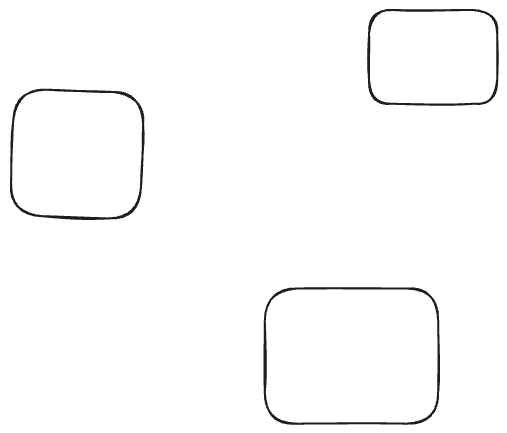
Before: src/.excalidraw.png, a diagram exported from Excalidraw (DrynkinSergey/bootcamp-74-react). Source tidied: one line per element, renumbered; positions are measured from the earlier drawing's top-left corner, leaving out a move shared by most shapes. Source of this version:
```json
{"id": 0, "type": "rectangle", "strokeColor": "#1e1e1e", "angle": 0.03, "strokeWidth": 2, "roughness": 1, "round": true, "x": 0, "y": 81, "width": 130, "height": 127}
{"id": 1, "type": "rectangle", "strokeColor": "#1e1e1e", "strokeWidth": 2, "roughness": 1, "round": true, "x": 357, "y": 0, "width": 128, "height": 94}
{"id": 2, "type": "rectangle", "strokeColor": "#1e1e1e", "strokeWidth": 2, "roughness": 1, "round": true, "x": 253, "y": 279, "width": 173, "height": 135}
```
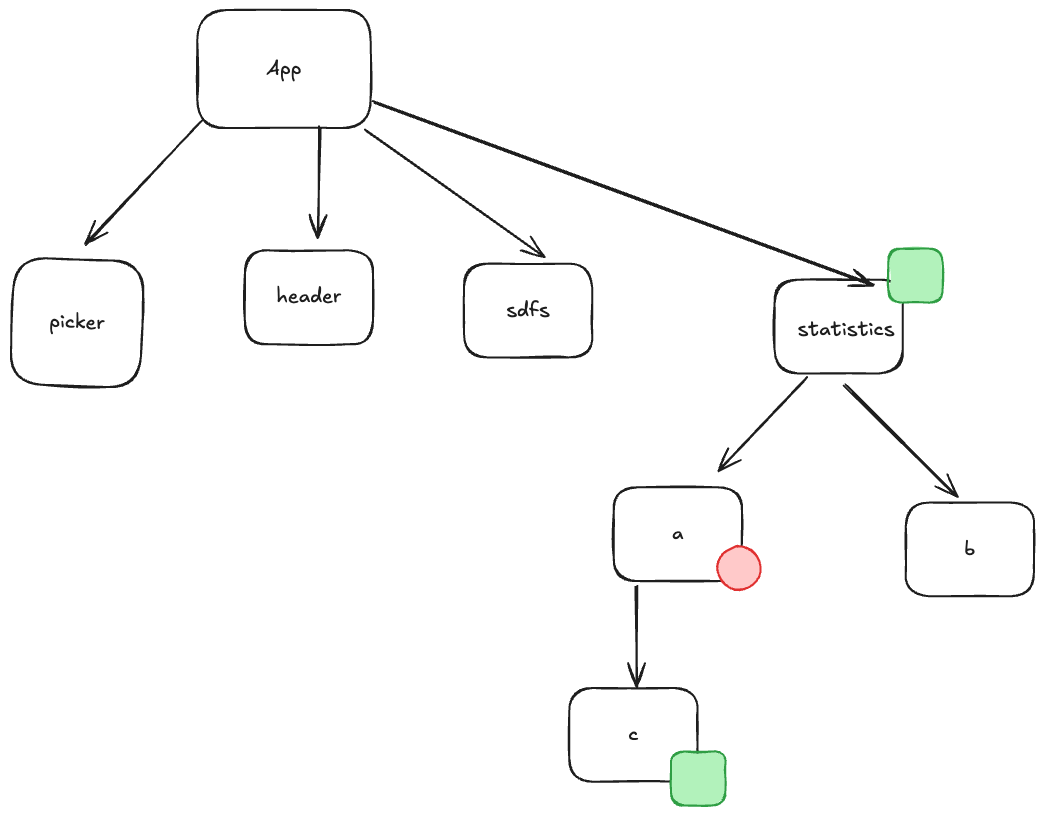
The same file after the commit.

Change to the diagram source:
```diff
@@ -1,3 +1,26 @@
-{"id": 0, "type": "rectangle", "strokeColor": "#1e1e1e", "angle": 0.03, "strokeWidth": 2, "roughness": 1, "round": true, "x": 0, "y": 81, "width": 130, "height": 127}
+{"id": 0, "type": "rectangle", "strokeColor": "#1e1e1e", "angle": 0.03, "strokeWidth": 2, "roughness": 1, "round": true, "x": -70, "y": 80, "width": 130, "height": 127}
+{"id": 3, "type": "text", "text": "picker", "strokeColor": "#1e1e1e", "angle": 0.03, "strokeWidth": 2, "roughness": 1, "fontSize": 20, "fontFamily": 5, "textAlign": "center", "verticalAlign": "middle", "inside": 0, "x": -32, "y": 131, "width": 55, "height": 25}
-{"id": 1, "type": "rectangle", "strokeColor": "#1e1e1e", "strokeWidth": 2, "roughness": 1, "round": true, "x": 357, "y": 0, "width": 128, "height": 94}
+{"id": 1, "type": "rectangle", "strokeColor": "#1e1e1e", "strokeWidth": 2, "roughness": 1, "round": true, "x": 163, "y": 71, "width": 128, "height": 94}
+{"id": 4, "type": "text", "text": "header", "strokeColor": "#1e1e1e", "strokeWidth": 2, "roughness": 1, "fontSize": 20, "fontFamily": 5, "textAlign": "center", "verticalAlign": "middle", "inside": 1, "x": 195, "y": 105, "width": 65, "height": 25}
-{"id": 2, "type": "rectangle", "strokeColor": "#1e1e1e", "strokeWidth": 2, "roughness": 1, "round": true, "x": 253, "y": 279, "width": 173, "height": 135}
+{"id": 2, "type": "rectangle", "strokeColor": "#1e1e1e", "strokeWidth": 2, "roughness": 1, "round": true, "x": 115, "y": -169, "width": 173, "height": 118}
+{"id": 5, "type": "text", "text": "App", "strokeColor": "#1e1e1e", "strokeWidth": 2, "roughness": 1, "fontSize": 20, "fontFamily": 5, "textAlign": "center", "verticalAlign": "middle", "inside": 2, "x": 185, "y": -123, "width": 35, "height": 25}
+{"id": 6, "type": "rectangle", "strokeColor": "#1e1e1e", "strokeWidth": 2, "roughness": 1, "round": true, "x": 382, "y": 84, "width": 128, "height": 94}
+{"id": 7, "type": "text", "text": "sdfs", "strokeColor": "#1e1e1e", "strokeWidth": 2, "roughness": 1, "fontSize": 20, "fontFamily": 5, "textAlign": "center", "verticalAlign": "middle", "inside": 6, "x": 424, "y": 119, "width": 44, "height": 25}
+{"id": 8, "type": "rectangle", "strokeColor": "#1e1e1e", "strokeWidth": 2, "roughness": 1, "round": true, "x": 693, "y": 100, "width": 128, "height": 94}
+{"id": 9, "type": "rectangle", "strokeColor": "#1e1e1e", "strokeWidth": 2, "roughness": 1, "round": true, "x": 532, "y": 308, "width": 128, "height": 94}
+{"id": 10, "type": "text", "text": "a", "strokeColor": "#1e1e1e", "strokeWidth": 2, "roughness": 1, "fontSize": 20, "fontFamily": 5, "textAlign": "center", "verticalAlign": "middle", "inside": 9, "x": 590, "y": 342, "width": 12, "height": 25}
+{"id": 11, "type": "rectangle", "strokeColor": "#1e1e1e", "strokeWidth": 2, "roughness": 1, "round": true, "x": 824, "y": 323, "width": 128, "height": 94}
+{"id": 12, "type": "text", "text": "b", "strokeColor": "#1e1e1e", "strokeWidth": 2, "roughness": 1, "fontSize": 20, "fontFamily": 5, "textAlign": "center", "verticalAlign": "middle", "inside": 11, "x": 882, "y": 358, "width": 11, "height": 25}
+{"id": 13, "type": "rectangle", "strokeColor": "#1e1e1e", "strokeWidth": 2, "roughness": 1, "round": true, "x": 487, "y": 509, "width": 128, "height": 94}
+{"id": 14, "type": "text", "text": "c", "strokeColor": "#1e1e1e", "strokeWidth": 2, "roughness": 1, "fontSize": 20, "fontFamily": 5, "textAlign": "center", "verticalAlign": "middle", "inside": 13, "x": 546, "y": 543, "width": 10, "height": 25}
+{"id": 15, "type": "arrow", "strokeColor": "#1e1e1e", "strokeWidth": 2, "roughness": 1, "endArrowhead": "arrow", "round": true, "from": 2, "to": 0, "x": 119, "y": -57, "width": 115, "height": 122, "points": [[0, 0], [-115, 122]]}
+{"id": 16, "type": "arrow", "strokeColor": "#1e1e1e", "strokeWidth": 2, "roughness": 1, "endArrowhead": "arrow", "round": true, "from": 2, "to": 1, "x": 238, "y": -52, "width": 2, "height": 111, "points": [[0, 0], [-2, 111]]}
+{"id": 17, "type": "arrow", "strokeColor": "#1e1e1e", "strokeWidth": 2, "roughness": 1, "endArrowhead": "arrow", "round": true, "from": 2, "to": 6, "x": 283, "y": -48, "width": 179, "height": 125, "points": [[0, 0], [179, 125]]}
+{"id": 18, "type": "arrow", "strokeColor": "#1e1e1e", "strokeWidth": 2, "roughness": 1, "endArrowhead": "arrow", "round": true, "from": 2, "to": 8, "x": 291, "y": -77, "width": 500, "height": 183, "points": [[0, 0], [500, 183]]}
+{"id": 19, "type": "text", "text": "statistics", "strokeColor": "#1e1e1e", "strokeWidth": 2, "roughness": 1, "fontSize": 20, "fontFamily": 5, "x": 716, "y": 138, "width": 97, "height": 25}
+{"id": 20, "type": "arrow", "strokeColor": "#1e1e1e", "strokeWidth": 2, "roughness": 1, "endArrowhead": "arrow", "round": true, "from": 8, "to": 9, "x": 725, "y": 198, "width": 88, "height": 93, "points": [[0, 0], [-88, 93]]}
+{"id": 21, "type": "arrow", "strokeColor": "#1e1e1e", "strokeWidth": 2, "roughness": 1, "endArrowhead": "arrow", "round": true, "from": 8, "to": 11, "x": 763, "y": 207, "width": 112, "height": 111, "points": [[0, 0], [112, 111]]}
+{"id": 22, "type": "arrow", "strokeColor": "#1e1e1e", "strokeWidth": 2, "roughness": 1, "endArrowhead": "arrow", "round": true, "from": 9, "to": 13, "x": 554, "y": 408, "width": 1, "height": 100, "points": [[0, 0], [1, 100]]}
+{"id": 23, "type": "ellipse", "strokeColor": "#e03131", "backgroundColor": "#ffc9c9", "fillStyle": "solid", "strokeWidth": 2, "roughness": 1, "round": true, "x": 636, "y": 367, "width": 43, "height": 44}
+{"id": 24, "type": "rectangle", "strokeColor": "#2f9e44", "backgroundColor": "#b2f2bb", "fillStyle": "solid", "strokeWidth": 2, "roughness": 1, "round": true, "x": 806, "y": 69, "width": 54, "height": 54}
+{"id": 25, "type": "rectangle", "strokeColor": "#2f9e44", "backgroundColor": "#b2f2bb", "fillStyle": "solid", "strokeWidth": 2, "roughness": 1, "round": true, "x": 589, "y": 572, "width": 54, "height": 54}
```
